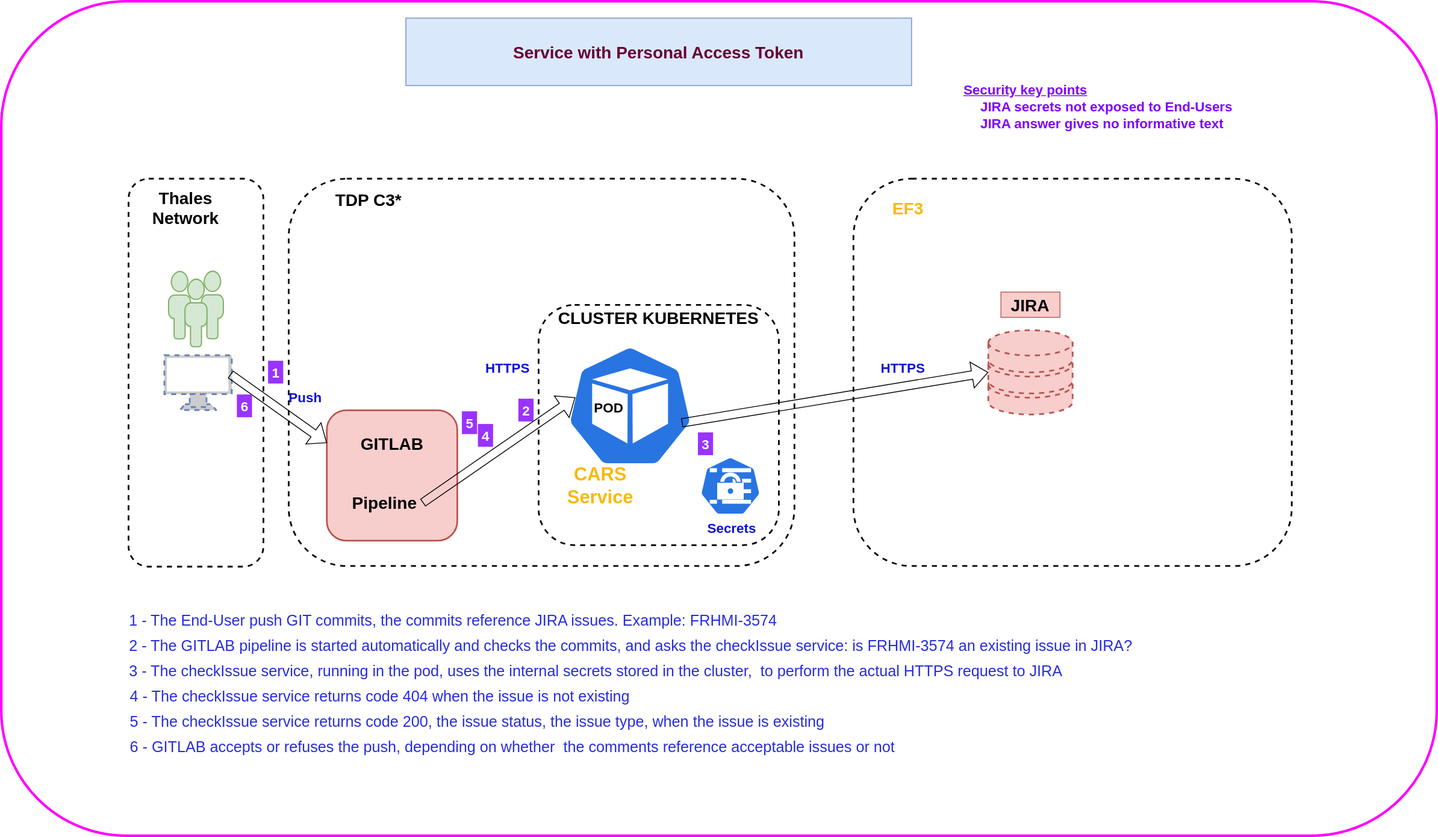
The draw.io diagram Service with PAT.svg in alaindelanay/drawings, before a commit. Source tidied: cells renumbered, new cells last; positions are measured from the earlier drawing's top-left corner, leaving out a move shared by most shapes.
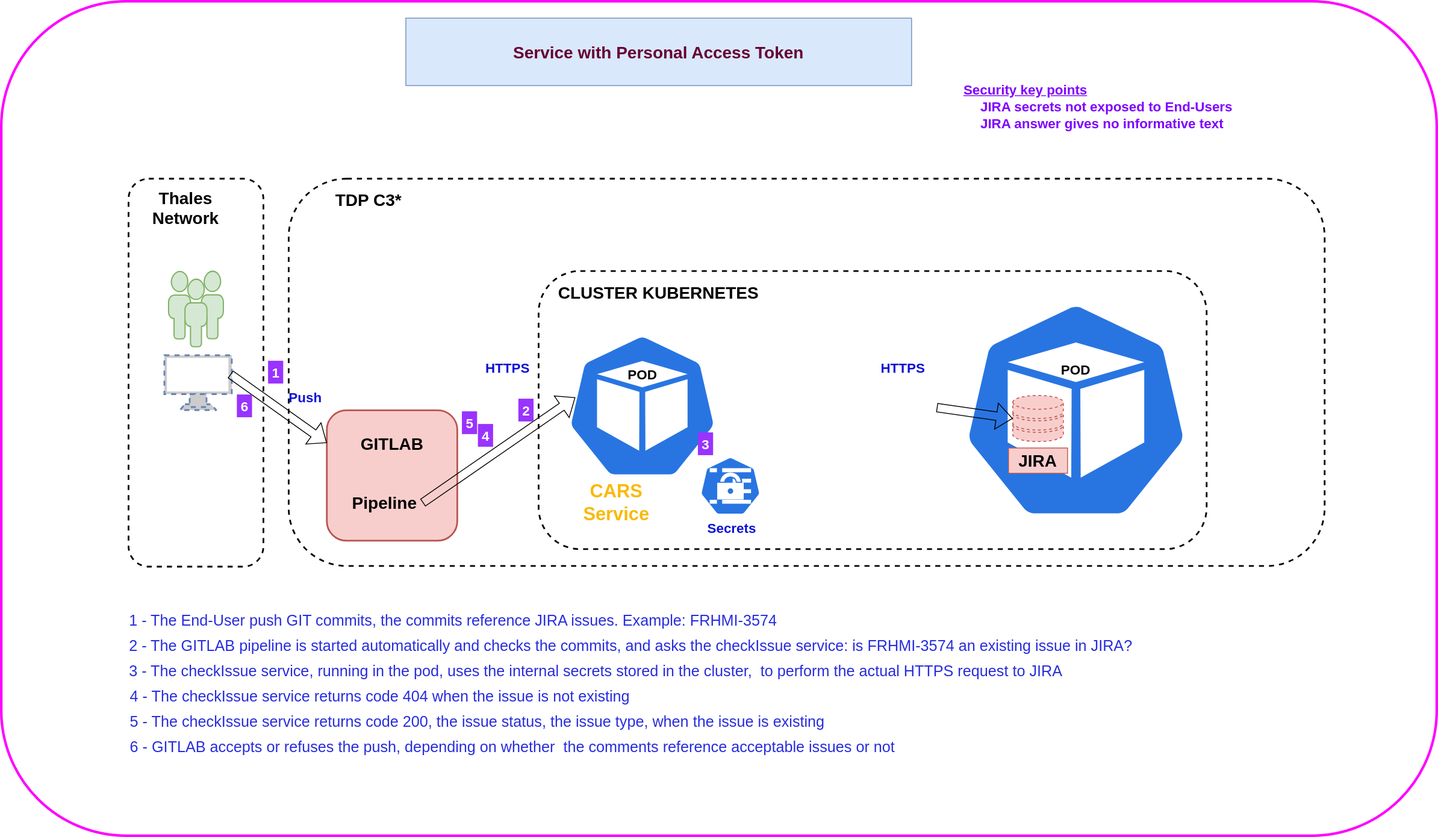
Above is the later version.

Commit message:
Mettre à jour Service with PAT.svg

Change to the diagram source:
```diff
@@ -2,53 +2,50 @@
   <root>
     <mxCell id="0" />
     <mxCell id="1" parent="0" />
+    <mxCell id="45" style="sketch=0;html=1;dashed=0;whitespace=wrap;fillColor=#2875E2;strokeColor=#ffffff;verticalLabelPosition=bottom;align=center;verticalAlign=top;shape=mxgraph.kubernetes.icon;prIcon=pod;strokeWidth=2;fontSize=20;" parent="1" vertex="1">
+      <mxGeometry x="1140" y="300" width="270" height="370" as="geometry" />
+    </mxCell>
+    <mxCell id="4" style="rounded=1;whiteSpace=wrap;html=1;fillColor=none;strokeColor=#FF00FF;strokeWidth=3;perimeterSpacing=3;" parent="1" vertex="1">
+      <mxGeometry width="1703" height="990" as="geometry" />
+    </mxCell>
+    <mxCell id="7" style="rounded=1;whiteSpace=wrap;html=1;dashed=1;strokeWidth=2;fillColor=none;" parent="1" vertex="1">
+      <mxGeometry x="341" y="210.5" width="1229" height="459.5" as="geometry" />
+    </mxCell>
-    <mxCell id="2" style="whiteSpace=wrap;html=1;dashed=1;strokeWidth=2;fontSize=16;fontColor=#0b12d5;fillColor=none;rounded=1;" parent="1" vertex="1">
-      <mxGeometry x="637.5" y="360.2" width="285" height="285" as="geometry" />
+    <mxCell id="2" style="whiteSpace=wrap;html=1;dashed=1;strokeWidth=2;fontSize=16;fontColor=#0b12d5;fillColor=none;rounded=1;imageAspect=0;" parent="1" vertex="1">
+      <mxGeometry x="637.5" y="320" width="792.5" height="330" as="geometry" />
     </mxCell>
     <mxCell id="3" style="rounded=1;whiteSpace=wrap;html=1;dashed=1;strokeWidth=2;fontSize=16;fontColor=#0b12d5;fillColor=none;" parent="1" vertex="1">
       <mxGeometry x="151" y="210.5" width="160" height="460.2" as="geometry" />
     </mxCell>
-    <mxCell id="4" style="rounded=1;whiteSpace=wrap;html=1;fillColor=none;strokeColor=#FF00FF;strokeWidth=3;perimeterSpacing=3;" parent="1" vertex="1">
-      <mxGeometry width="1703" height="990" as="geometry" />
-    </mxCell>
     <mxCell id="5" value="Service with Personal Access Token" style="rounded=0;whiteSpace=wrap;html=1;fillColor=#dae8fc;strokeColor=#6c8ebf;fontSize=20;fontStyle=1;fontColor=#660033;" parent="1" vertex="1">
       <mxGeometry x="480" y="20" width="600" height="80" as="geometry" />
     </mxCell>
     <mxCell id="6" style="verticalAlign=top;verticalLabelPosition=bottom;labelPosition=center;align=center;html=1;fillColor=#d5e8d4;strokeColor=#82b366;gradientDirection=north;strokeWidth=2;shape=mxgraph.networks.users;" parent="1" vertex="1">
       <mxGeometry x="198.5" y="320.2" width="65" height="89.5" as="geometry" />
     </mxCell>
-    <mxCell id="7" style="rounded=1;whiteSpace=wrap;html=1;dashed=1;strokeWidth=2;fillColor=none;" parent="1" vertex="1">
-      <mxGeometry x="341" y="210.5" width="600" height="459.5" as="geometry" />
-    </mxCell>
-    <mxCell id="8" style="rounded=1;whiteSpace=wrap;html=1;dashed=1;strokeWidth=2;fillColor=none;" parent="1" vertex="1">
-      <mxGeometry x="1011" y="210.5" width="520" height="459.5" as="geometry" />
-    </mxCell>
     <mxCell id="9" style="fontColor=#0066CC;verticalAlign=top;verticalLabelPosition=bottom;labelPosition=center;align=center;html=1;outlineConnect=0;fillColor=#CCCCCC;strokeColor=#6881B3;gradientColor=none;gradientDirection=north;strokeWidth=2;shape=mxgraph.networks.monitor;dashed=1;" parent="1" vertex="1">
       <mxGeometry x="193.5" y="420" width="80" height="65" as="geometry" />
     </mxCell>
     <mxCell id="10" style="verticalAlign=top;verticalLabelPosition=bottom;labelPosition=center;align=center;html=1;outlineConnect=0;fillColor=#f8cecc;strokeColor=#b85450;gradientDirection=north;strokeWidth=2;shape=mxgraph.networks.storage;dashed=1;" parent="1" vertex="1">
-      <mxGeometry x="1171" y="390.2" width="100" height="100" as="geometry" />
+      <mxGeometry x="1200" y="467.6" width="60" height="54.8" as="geometry" />
     </mxCell>
     <mxCell id="11" value="JIRA" style="text;strokeColor=#b85450;align=center;fillColor=#f8cecc;html=1;verticalAlign=middle;whiteSpace=wrap;rounded=0;fontStyle=1;fontSize=20;" parent="1" vertex="1">
-      <mxGeometry x="1186" y="345" width="70" height="30" as="geometry" />
+      <mxGeometry x="1195" y="530" width="70" height="30" as="geometry" />
     </mxCell>
     <mxCell id="12" value="TDP C3*" style="text;strokeColor=none;align=center;fillColor=none;html=1;verticalAlign=middle;whiteSpace=wrap;rounded=0;fontSize=20;fontStyle=1;" parent="1" vertex="1">
       <mxGeometry x="391" y="220" width="90" height="30" as="geometry" />
     </mxCell>
-    <mxCell id="13" value="EF3" style="text;strokeColor=none;align=center;fillColor=none;html=1;verticalAlign=middle;whiteSpace=wrap;rounded=0;fontSize=20;fontStyle=1;fontColor=#f9b90b;" parent="1" vertex="1">
-      <mxGeometry x="1031" y="230" width="90" height="30" as="geometry" />
-    </mxCell>
     <mxCell id="14" style="sketch=0;html=1;dashed=0;whitespace=wrap;fillColor=#2875E2;strokeColor=#ffffff;verticalLabelPosition=bottom;align=center;verticalAlign=top;shape=mxgraph.kubernetes.icon;prIcon=pod;strokeWidth=2;fontSize=20;" parent="1" vertex="1">
-      <mxGeometry x="671" y="380" width="150" height="200" as="geometry" />
+      <mxGeometry x="671" y="380" width="179" height="200" as="geometry" />
     </mxCell>
     <mxCell id="15" value="&lt;b&gt;&lt;font style=&quot;font-size: 16px;&quot;&gt;POD&lt;/font&gt;&lt;/b&gt;" style="text;strokeColor=none;align=center;fillColor=none;html=1;verticalAlign=middle;whiteSpace=wrap;rounded=0;fontSize=20;" parent="1" vertex="1">
-      <mxGeometry x="701" y="465" width="40" height="30" as="geometry" />
+      <mxGeometry x="740.5" y="425.6" width="40" height="30" as="geometry" />
     </mxCell>
     <mxCell id="16" style="sketch=0;html=1;dashed=0;whitespace=wrap;fillColor=#2875E2;strokeColor=#ffffff;verticalLabelPosition=bottom;align=center;verticalAlign=top;shape=mxgraph.kubernetes.icon;prIcon=secret;strokeWidth=2;fontSize=20;" parent="1" vertex="1">
       <mxGeometry x="807.5" y="540" width="115" height="70" as="geometry" />
     </mxCell>
     <mxCell id="17" value="CLUSTER KUBERNETES" style="text;strokeColor=none;align=center;fillColor=none;html=1;verticalAlign=middle;whiteSpace=wrap;rounded=0;fontSize=20;fontStyle=1;" parent="1" vertex="1">
-      <mxGeometry x="650" y="360.2" width="260" height="30" as="geometry" />
+      <mxGeometry x="650" y="330" width="260" height="30" as="geometry" />
     </mxCell>
     <mxCell id="18" style="whiteSpace=wrap;html=1;rounded=1;strokeWidth=2;fontSize=16;fillColor=#f8cecc;strokeColor=#b85450;" parent="1" vertex="1">
       <mxGeometry x="386.2" y="485.2" width="154.8" height="154.8" as="geometry" />
@@ -104,7 +101,7 @@
       <mxGeometry x="151" y="870" width="1381" height="30" as="geometry" />
     </mxCell>
     <mxCell id="35" value="&lt;font style=&quot;font-size: 22px;&quot;&gt;CARS Service&lt;/font&gt;" style="text;strokeColor=none;align=center;fillColor=none;html=1;verticalAlign=middle;whiteSpace=wrap;rounded=0;fontSize=18;fontColor=#f9b90b;fontStyle=1;" parent="1" vertex="1">
-      <mxGeometry x="681" y="560" width="60" height="30" as="geometry" />
+      <mxGeometry x="700" y="580" width="60" height="30" as="geometry" />
     </mxCell>
     <mxCell id="36" value="&lt;font style=&quot;font-size: 16px;&quot;&gt;&lt;b&gt;&amp;nbsp;2&amp;nbsp;&lt;/b&gt;&lt;/font&gt;" style="text;strokeColor=none;align=center;fillColor=none;html=1;verticalAlign=middle;whiteSpace=wrap;rounded=0;fontSize=22;fontColor=#FFFFFF;labelBackgroundColor=#9933FF;" parent="1" vertex="1">
       <mxGeometry x="607.5" y="470" width="30" height="30" as="geometry" />
@@ -133,5 +130,8 @@
     <mxCell id="44" value="&lt;font color=&quot;#7f00ff&quot;&gt;&lt;b&gt;&lt;u&gt;Security key points&lt;/u&gt;&lt;/b&gt;&lt;/font&gt;" style="text;strokeColor=none;align=left;fillColor=none;html=1;verticalAlign=middle;whiteSpace=wrap;rounded=0;fontSize=16;fontColor=#FFFFFF;" parent="1" vertex="1">
       <mxGeometry x="1140" y="90" width="310" height="30" as="geometry" />
     </mxCell>
+    <mxCell id="46" value="&lt;b&gt;&lt;font style=&quot;font-size: 16px;&quot;&gt;POD&lt;/font&gt;&lt;/b&gt;" style="text;strokeColor=none;align=center;fillColor=none;html=1;verticalAlign=middle;whiteSpace=wrap;rounded=0;fontSize=20;" parent="1" vertex="1">
+      <mxGeometry x="1255" y="420" width="40" height="30" as="geometry" />
+    </mxCell>
   </root>
 </mxGraphModel>
```
